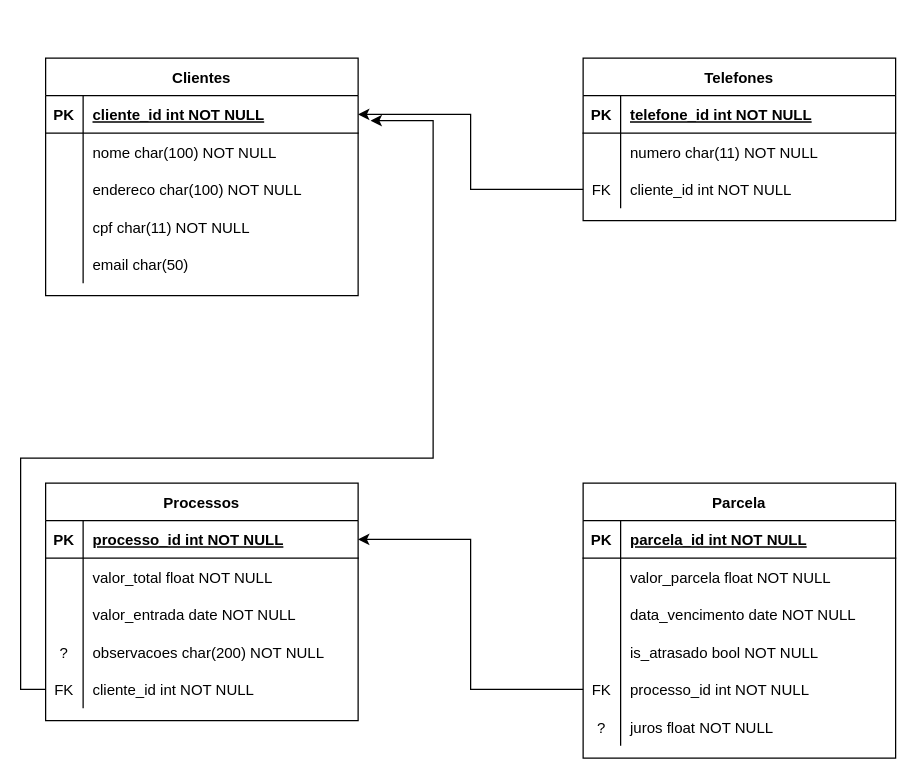
lamfsantos/controle-financeiro keeps this draw.io diagram as app/docs/db/DB.drawio. Above is the earlier version. Source tidied: cells renumbered, new cells numbered last; positions are measured from the earlier drawing's top-left corner, leaving out a move shared by most shapes. Both pictures are drawn from the tidied source at 125%, with x=0, y=0 at pixel (20, 58).
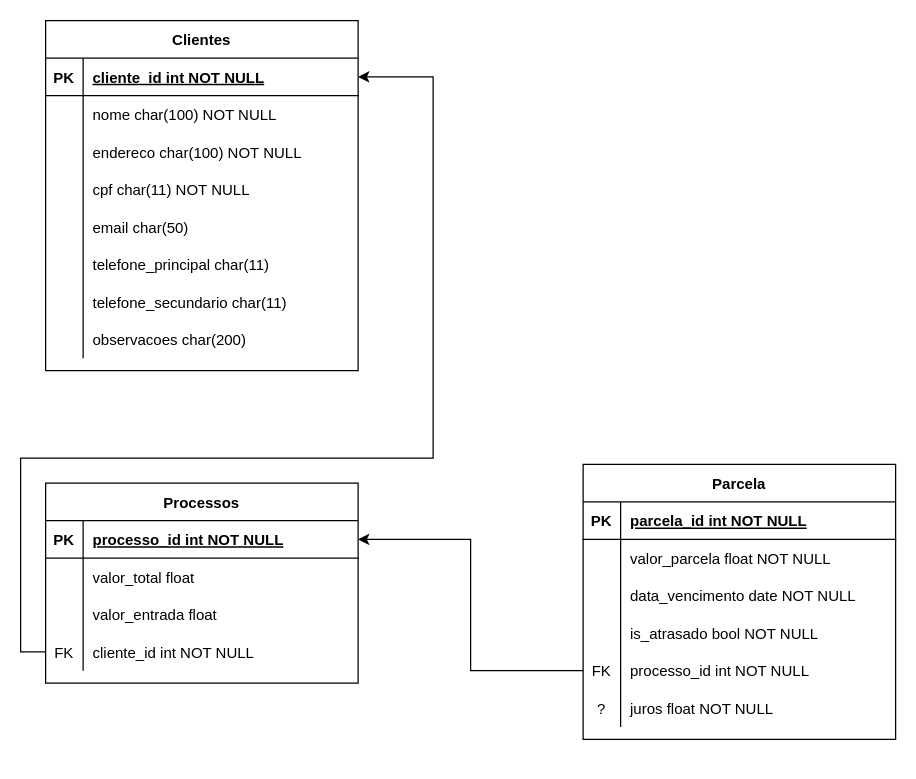
After the change.

Commit message (it also covers changes not shown here):
Ajustes no esquema do DB

The change refers to these unchanged cells:
```xml
<mxCell id="3" style="shape=partialRectangle;fillColor=none;points=[[0,0.5],[1,0.5]];portConstraint=eastwest;top=0;left=0;right=0;bottom=1;" parent="2" vertex="1">
  <mxGeometry y="30" width="250" height="30" as="geometry" />
</mxCell>
<mxCell id="32" style="shape=partialRectangle;fillColor=none;top=0;left=0;right=0;bottom=0;" parent="28" vertex="1">
  <mxGeometry y="60" width="250" height="30" as="geometry" />
</mxCell>
<mxCell id="35" style="shape=partialRectangle;fillColor=none;top=0;left=0;right=0;bottom=0;" parent="28" vertex="1">
  <mxGeometry y="90" width="250" height="30" as="geometry" />
</mxCell>
```

Change to the diagram source:
```diff
@@
     <mxCell id="2" value="Clientes" style="shape=table;startSize=30;childLayout=tableLayout;rowLines=0;fontStyle=1;align=center;" parent="1" vertex="1">
-      <mxGeometry x="20" width="250" height="190" as="geometry" />
+      <mxGeometry x="20" y="-30" width="250" height="280" as="geometry" />
     </mxCell>
@@
+    <mxCell id="66" style="shape=partialRectangle;fillColor=none;top=0;left=0;right=0;bottom=0;" parent="2" vertex="1">
+      <mxGeometry y="150" width="250" height="30" as="geometry" />
+    </mxCell>
+    <mxCell id="67" style="shape=partialRectangle;overflow=hidden;fillColor=none;top=0;left=0;bottom=0;right=0;" parent="66" vertex="1">
+      <mxGeometry width="30" height="30" as="geometry" />
+    </mxCell>
+    <mxCell id="68" value="email char(50)" style="shape=partialRectangle;overflow=hidden;fillColor=none;top=0;left=0;bottom=0;right=0;align=left;spacingLeft=6;" parent="66" vertex="1">
+      <mxGeometry x="30" width="220" height="30" as="geometry" />
+    </mxCell>
+    <mxCell id="69" style="shape=partialRectangle;fillColor=none;top=0;left=0;right=0;bottom=0;" parent="2" vertex="1">
+      <mxGeometry y="180" width="250" height="30" as="geometry" />
+    </mxCell>
+    <mxCell id="70" style="shape=partialRectangle;overflow=hidden;fillColor=none;top=0;left=0;bottom=0;right=0;" parent="69" vertex="1">
+      <mxGeometry width="30" height="30" as="geometry" />
+    </mxCell>
+    <mxCell id="71" value="telefone_principal char(11)" style="shape=partialRectangle;overflow=hidden;fillColor=none;top=0;left=0;bottom=0;right=0;align=left;spacingLeft=6;" parent="69" vertex="1">
+      <mxGeometry x="30" width="220" height="30" as="geometry" />
+    </mxCell>
+    <mxCell id="72" style="shape=partialRectangle;fillColor=none;top=0;left=0;right=0;bottom=0;" parent="2" vertex="1">
+      <mxGeometry y="210" width="250" height="30" as="geometry" />
+    </mxCell>
+    <mxCell id="73" style="shape=partialRectangle;overflow=hidden;fillColor=none;top=0;left=0;bottom=0;right=0;" parent="72" vertex="1">
+      <mxGeometry width="30" height="30" as="geometry" />
+    </mxCell>
+    <mxCell id="74" value="telefone_secundario char(11)" style="shape=partialRectangle;overflow=hidden;fillColor=none;top=0;left=0;bottom=0;right=0;align=left;spacingLeft=6;" parent="72" vertex="1">
+      <mxGeometry x="30" width="220" height="30" as="geometry" />
+    </mxCell>
     <mxCell id="15" style="shape=partialRectangle;fillColor=none;top=0;left=0;right=0;bottom=0;" parent="2" vertex="1">
-      <mxGeometry y="150" width="250" height="30" as="geometry" />
+      <mxGeometry y="240" width="250" height="30" as="geometry" />
     </mxCell>
@@
-    <mxCell id="17" value="email char(50)" style="shape=partialRectangle;overflow=hidden;fillColor=none;top=0;left=0;bottom=0;right=0;align=left;spacingLeft=6;" parent="15" vertex="1">
+    <mxCell id="17" value="observacoes char(200)" style="shape=partialRectangle;overflow=hidden;fillColor=none;top=0;left=0;bottom=0;right=0;align=left;spacingLeft=6;" parent="15" vertex="1">
       <mxGeometry x="30" width="220" height="30" as="geometry" />
     </mxCell>
-    <mxCell id="18" value="Telefones" style="shape=table;startSize=30;childLayout=tableLayout;rowLines=0;fontStyle=1;align=center;" parent="1" vertex="1">
-      <mxGeometry x="450" width="250" height="130" as="geometry" />
-    </mxCell>
-    <mxCell id="19" style="shape=partialRectangle;fillColor=none;top=0;left=0;right=0;bottom=1;" parent="18" vertex="1">
-      <mxGeometry y="30" width="250" height="30" as="geometry" />
-    </mxCell>
-    <mxCell id="20" value="PK" style="shape=partialRectangle;overflow=hidden;fillColor=none;top=0;left=0;bottom=0;right=0;fontStyle=1;" parent="19" vertex="1">
-      <mxGeometry width="30" height="30" as="geometry" />
-    </mxCell>
-    <mxCell id="21" value="telefone_id int NOT NULL " style="shape=partialRectangle;overflow=hidden;fillColor=none;top=0;left=0;bottom=0;right=0;align=left;spacingLeft=6;fontStyle=5;" parent="19" vertex="1">
-      <mxGeometry x="30" width="220" height="30" as="geometry" />
-    </mxCell>
-    <mxCell id="22" style="shape=partialRectangle;fillColor=none;top=0;left=0;right=0;bottom=0;" parent="18" vertex="1">
-      <mxGeometry y="60" width="250" height="30" as="geometry" />
-    </mxCell>
-    <mxCell id="23" style="shape=partialRectangle;overflow=hidden;fillColor=none;top=0;left=0;bottom=0;right=0;" parent="22" vertex="1">
-      <mxGeometry width="30" height="30" as="geometry" />
-    </mxCell>
-    <mxCell id="24" value="numero char(11) NOT NULL" style="shape=partialRectangle;overflow=hidden;fillColor=none;top=0;left=0;bottom=0;right=0;align=left;spacingLeft=6;" parent="22" vertex="1">
-      <mxGeometry x="30" width="220" height="30" as="geometry" />
-    </mxCell>
-    <mxCell id="25" style="shape=partialRectangle;fillColor=none;points=[[0,0.5],[1,0.5]];portConstraint=eastwest;top=0;left=0;right=0;bottom=0;" parent="18" vertex="1">
-      <mxGeometry y="90" width="250" height="30" as="geometry" />
-    </mxCell>
-    <mxCell id="26" value="FK" style="shape=partialRectangle;overflow=hidden;fillColor=none;top=0;left=0;bottom=0;right=0;" parent="25" vertex="1">
-      <mxGeometry width="30" height="30" as="geometry" />
-    </mxCell>
-    <mxCell id="27" value="cliente_id int NOT NULL" style="shape=partialRectangle;overflow=hidden;fillColor=none;top=0;left=0;bottom=0;right=0;align=left;spacingLeft=6;" parent="25" vertex="1">
-      <mxGeometry x="30" width="220" height="30" as="geometry" />
-    </mxCell>
     <mxCell id="28" value="Processos" style="shape=table;startSize=30;childLayout=tableLayout;rowLines=0;fontStyle=1;align=center;" parent="1" vertex="1">
-      <mxGeometry x="20" y="340" width="250" height="190" as="geometry" />
+      <mxGeometry x="20" y="340" width="250" height="160" as="geometry" />
     </mxCell>
@@
-    <mxCell id="34" value="valor_total float NOT NULL" style="shape=partialRectangle;overflow=hidden;fillColor=none;top=0;left=0;bottom=0;right=0;align=left;spacingLeft=6;" parent="32" vertex="1">
+    <mxCell id="34" value="valor_total float" style="shape=partialRectangle;overflow=hidden;fillColor=none;top=0;left=0;bottom=0;right=0;align=left;spacingLeft=6;" parent="32" vertex="1">
       <mxGeometry x="30" width="220" height="30" as="geometry" />
     </mxCell>
@@
-    <mxCell id="37" value="valor_entrada date NOT NULL" style="shape=partialRectangle;overflow=hidden;fillColor=none;top=0;left=0;bottom=0;right=0;align=left;spacingLeft=6;" parent="35" vertex="1">
+    <mxCell id="37" value="valor_entrada float" style="shape=partialRectangle;overflow=hidden;fillColor=none;top=0;left=0;bottom=0;right=0;align=left;spacingLeft=6;" parent="35" vertex="1">
       <mxGeometry x="30" width="220" height="30" as="geometry" />
     </mxCell>
-    <mxCell id="38" style="shape=partialRectangle;fillColor=none;top=0;left=0;right=0;bottom=0;" parent="28" vertex="1">
-      <mxGeometry y="120" width="250" height="30" as="geometry" />
-    </mxCell>
-    <mxCell id="39" value="?" style="shape=partialRectangle;overflow=hidden;fillColor=none;top=0;left=0;bottom=0;right=0;" parent="38" vertex="1">
-      <mxGeometry width="30" height="30" as="geometry" />
-    </mxCell>
-    <mxCell id="40" value="observacoes char(200) NOT NULL" style="shape=partialRectangle;overflow=hidden;fillColor=none;top=0;left=0;bottom=0;right=0;align=left;spacingLeft=6;" parent="38" vertex="1">
-      <mxGeometry x="30" width="220" height="30" as="geometry" />
-    </mxCell>
     <mxCell id="41" style="shape=partialRectangle;fillColor=none;points=[[0,0.5],[1,0.5]];portConstraint=eastwest;top=0;left=0;right=0;bottom=0;" parent="28" vertex="1">
-      <mxGeometry y="150" width="250" height="30" as="geometry" />
+      <mxGeometry y="120" width="250" height="30" as="geometry" />
     </mxCell>
@@
-    <mxCell id="44" style="edgeStyle=orthogonalEdgeStyle;rounded=0;jettySize=auto;html=1;exitX=0;exitY=0.5;exitDx=0;exitDy=0;entryX=1;entryY=0.5;entryDx=0;entryDy=0;" parent="1" edge="1" source="25" target="3">
-      <mxGeometry relative="1" as="geometry" />
-    </mxCell>
     <mxCell id="45" value="Parcela" style="shape=table;startSize=30;childLayout=tableLayout;rowLines=0;fontStyle=1;align=center;" parent="1" vertex="1">
-      <mxGeometry x="450" y="340" width="250" height="220" as="geometry" />
+      <mxGeometry x="450" y="325" width="250" height="220" as="geometry" />
     </mxCell>
@@
-    <mxCell id="64" style="edgeStyle=orthogonalEdgeStyle;rounded=0;jettySize=auto;html=1;exitX=0;exitY=0.5;exitDx=0;exitDy=0;" parent="1" edge="1" source="41">
+    <mxCell id="64" style="edgeStyle=orthogonalEdgeStyle;rounded=0;jettySize=auto;html=1;exitX=0;exitY=0.5;exitDx=0;exitDy=0;entryX=1;entryY=0.5;entryDx=0;entryDy=0;" parent="1" edge="1" source="41" target="3">
       <mxGeometry relative="1" as="geometry">
-        <mxPoint x="280" y="50" as="targetPoint" />
         <Array as="points">
-          <mxPoint y="505" />
+          <mxPoint y="475" />
           <mxPoint y="320" />
           <mxPoint x="330" y="320" />
-          <mxPoint x="330" y="50" />
+          <mxPoint x="330" y="15" />
         </Array>
       </mxGeometry>
     </mxCell>
```
